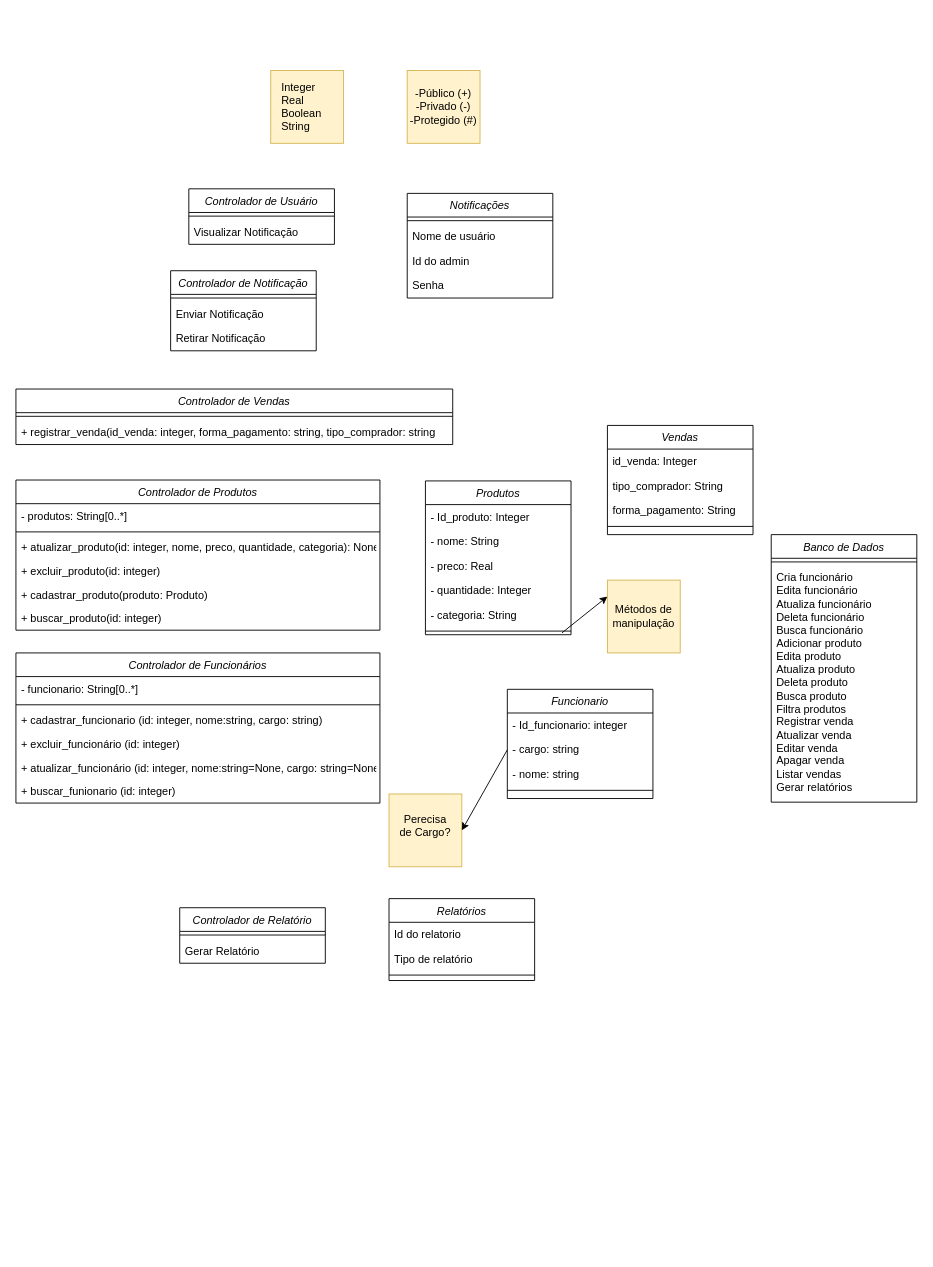
This is Diagrama de Classe.drawio from belleruivo/cantina-fatore, a draw.io file, before an edit. Source tidied: cells renumbered, new cells numbered last; positions are measured from the earlier drawing's top-left corner, leaving out a move shared by most shapes. Both pictures are drawn from the tidied source at 91%, with x=0, y=0 at pixel (15, 70).
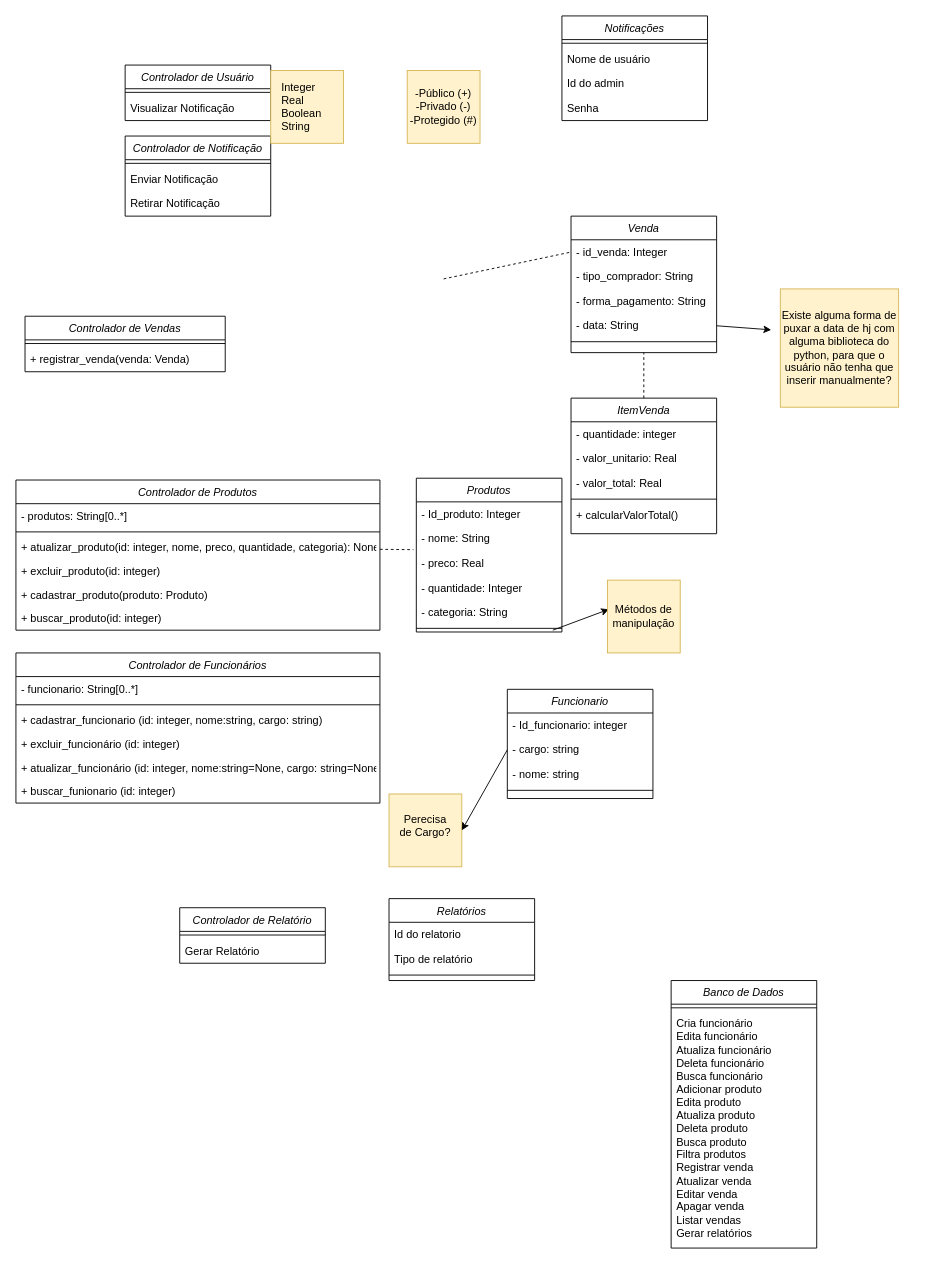
The same page after the edit.

Unchanged cells that the change refers to:
```xml
<mxCell id="5" value="+ atualizar_produto(id: integer, nome, preco, quantidade, categoria): None" style="text;align=left;verticalAlign=top;spacingLeft=4;spacingRight=4;overflow=hidden;points=[[0,0.5],[1,0.5]];portConstraint=eastwest;rounded=0;shadow=0;html=0;" parent="2" vertex="1">
  <mxGeometry y="61" width="400" height="26" as="geometry" />
</mxCell>
<mxCell id="42" value="- preco: Real" style="text;strokeColor=none;fillColor=none;align=left;verticalAlign=top;spacingLeft=4;spacingRight=4;overflow=hidden;points=[[0,0.5],[1,0.5]];portConstraint=eastwest;" parent="39" vertex="1">
  <mxGeometry y="80" width="160" height="27" as="geometry" />
</mxCell>
<mxCell id="61" style="whiteSpace=wrap;html=1;fillColor=#fff2cc;strokeColor=#d6b656;" parent="1" vertex="1">
  <mxGeometry x="650" y="560" width="80" height="80" as="geometry" />
</mxCell>
```

Diff of the diagram source:
```diff
@@
     <mxCell id="16" value="Controlador de Vendas" style="swimlane;fontStyle=2;align=center;verticalAlign=top;horizontal=1;startSize=26;rounded=0;shadow=0;strokeWidth=1;" parent="1" vertex="1">
-      <mxGeometry y="350" width="480" height="61" as="geometry" />
+      <mxGeometry x="10" y="270" width="220" height="61" as="geometry" />
     </mxCell>
     <mxCell id="17" style="line;html=1;strokeWidth=1;align=left;verticalAlign=middle;spacingTop=-1;spacingLeft=3;spacingRight=3;labelPosition=right;" parent="16" vertex="1">
-      <mxGeometry y="26" width="480" height="8" as="geometry" />
+      <mxGeometry y="26" width="220" height="8" as="geometry" />
     </mxCell>
-    <mxCell id="18" value="+ registrar_venda(id_venda: integer, forma_pagamento: string, tipo_comprador: string" style="text;strokeColor=none;fillColor=none;align=left;verticalAlign=top;spacingLeft=4;spacingRight=4;overflow=hidden;" parent="16" vertex="1">
-      <mxGeometry y="34" width="480" height="27" as="geometry" />
+    <mxCell id="18" value="+ registrar_venda(venda: Venda)" style="text;strokeColor=none;fillColor=none;align=left;verticalAlign=top;spacingLeft=4;spacingRight=4;overflow=hidden;" parent="16" vertex="1">
+      <mxGeometry y="34" width="220" height="27" as="geometry" />
     </mxCell>
     <mxCell id="19" value="Controlador de Notificação" style="swimlane;fontStyle=2;align=center;verticalAlign=top;horizontal=1;startSize=26;rounded=0;shadow=0;strokeWidth=1;" parent="1" vertex="1">
-      <mxGeometry x="170" y="220" width="160" height="88" as="geometry" />
+      <mxGeometry x="120" y="72" width="160" height="88" as="geometry" />
     </mxCell>
@@
     <mxCell id="23" value="Controlador de Usuário" style="swimlane;fontStyle=2;align=center;verticalAlign=top;horizontal=1;startSize=26;rounded=0;shadow=0;strokeWidth=1;" parent="1" vertex="1">
-      <mxGeometry x="190" y="130" width="160" height="61" as="geometry" />
+      <mxGeometry x="120" y="-6" width="160" height="61" as="geometry" />
     </mxCell>
@@
     <mxCell id="29" value="Notificações" style="swimlane;fontStyle=2;align=center;verticalAlign=top;horizontal=1;startSize=26;rounded=0;shadow=0;strokeWidth=1;" parent="1" vertex="1">
-      <mxGeometry x="430" y="135" width="160" height="115" as="geometry" />
+      <mxGeometry x="600" y="-60" width="160" height="115" as="geometry" />
     </mxCell>
@@
-    <mxCell id="34" value="Vendas" style="swimlane;fontStyle=2;align=center;verticalAlign=top;horizontal=1;startSize=26;rounded=0;shadow=0;strokeWidth=1;" parent="1" vertex="1">
-      <mxGeometry x="650" y="390" width="160" height="120" as="geometry" />
+    <mxCell id="34" value="Venda" style="swimlane;fontStyle=2;align=center;verticalAlign=top;horizontal=1;startSize=26;rounded=0;shadow=0;strokeWidth=1;" parent="1" vertex="1">
+      <mxGeometry x="610" y="160" width="160" height="150" as="geometry" />
     </mxCell>
-    <mxCell id="35" value="id_venda: Integer" style="text;strokeColor=none;fillColor=none;align=left;verticalAlign=top;spacingLeft=4;spacingRight=4;overflow=hidden;points=[[0,0.5],[1,0.5]];portConstraint=eastwest;" parent="34" vertex="1">
+    <mxCell id="35" value="- id_venda: Integer" style="text;strokeColor=none;fillColor=none;align=left;verticalAlign=top;spacingLeft=4;spacingRight=4;overflow=hidden;points=[[0,0.5],[1,0.5]];portConstraint=eastwest;" parent="34" vertex="1">
       <mxGeometry y="26" width="160" height="27" as="geometry" />
     </mxCell>
-    <mxCell id="36" value="tipo_comprador: String" style="text;strokeColor=none;fillColor=none;align=left;verticalAlign=top;spacingLeft=4;spacingRight=4;overflow=hidden;" parent="34" vertex="1">
+    <mxCell id="36" value="- tipo_comprador: String" style="text;strokeColor=none;fillColor=none;align=left;verticalAlign=top;spacingLeft=4;spacingRight=4;overflow=hidden;" parent="34" vertex="1">
       <mxGeometry y="53" width="160" height="27" as="geometry" />
     </mxCell>
-    <mxCell id="37" value="forma_pagamento: String" style="text;strokeColor=none;fillColor=none;align=left;verticalAlign=top;spacingLeft=4;spacingRight=4;overflow=hidden;" parent="34" vertex="1">
+    <mxCell id="37" value="- forma_pagamento: String" style="text;strokeColor=none;fillColor=none;align=left;verticalAlign=top;spacingLeft=4;spacingRight=4;overflow=hidden;" parent="34" vertex="1">
       <mxGeometry y="80" width="160" height="27" as="geometry" />
     </mxCell>
+    <mxCell id="68" value="- data: String" style="text;strokeColor=none;fillColor=none;align=left;verticalAlign=top;spacingLeft=4;spacingRight=4;overflow=hidden;points=[[0,0.5],[1,0.5]];portConstraint=eastwest;" parent="34" vertex="1">
+      <mxGeometry y="107" width="160" height="27" as="geometry" />
+    </mxCell>
     <mxCell id="38" style="line;html=1;strokeWidth=1;align=left;verticalAlign=middle;spacingTop=-1;spacingLeft=3;spacingRight=3;labelPosition=right;" parent="34" vertex="1">
-      <mxGeometry y="107" width="160" height="8" as="geometry" />
+      <mxGeometry y="134" width="160" height="8" as="geometry" />
     </mxCell>
     <mxCell id="39" value="Produtos" style="swimlane;fontStyle=2;align=center;verticalAlign=top;horizontal=1;startSize=26;rounded=0;shadow=0;strokeWidth=1;" parent="1" vertex="1">
-      <mxGeometry x="450" y="451" width="160" height="169" as="geometry" />
+      <mxGeometry x="440" y="448" width="160" height="169" as="geometry" />
     </mxCell>
@@
-    <mxCell id="43" style="endArrow=classic;html=1;rounded=0;fillColor=#fff2cc;strokeColor=#000000;" parent="39" edge="1">
+    <mxCell id="43" style="endArrow=classic;html=1;rounded=0;fillColor=#fff2cc;strokeColor=#000000;entryX=0.019;entryY=0.401;entryDx=0;entryDy=0;entryPerimeter=0;" parent="39" edge="1" target="61">
       <mxGeometry relative="1" as="geometry">
         <mxPoint x="150" y="167" as="sourcePoint" />
-        <mxPoint x="200" y="127" as="targetPoint" />
       </mxGeometry>
     </mxCell>
@@
     <mxCell id="58" value="Banco de Dados" style="swimlane;fontStyle=2;align=center;verticalAlign=top;horizontal=1;startSize=26;rounded=0;shadow=0;strokeWidth=1;" parent="1" vertex="1">
-      <mxGeometry x="830" y="510" width="160" height="294" as="geometry" />
+      <mxGeometry x="720" y="1000" width="160" height="294" as="geometry" />
     </mxCell>
@@
+    <mxCell id="69" value="ItemVenda" style="swimlane;fontStyle=2;align=center;verticalAlign=top;horizontal=1;startSize=26;rounded=0;shadow=0;strokeWidth=1;" parent="1" vertex="1">
+      <mxGeometry x="610" y="360" width="160" height="149" as="geometry" />
+    </mxCell>
+    <mxCell id="70" value="- quantidade: integer" style="text;strokeColor=none;fillColor=none;align=left;verticalAlign=top;spacingLeft=4;spacingRight=4;overflow=hidden;" parent="69" vertex="1">
+      <mxGeometry y="26" width="160" height="27" as="geometry" />
+    </mxCell>
+    <mxCell id="71" value="- valor_unitario: Real&#10;" style="text;strokeColor=none;fillColor=none;align=left;verticalAlign=top;spacingLeft=4;spacingRight=4;overflow=hidden;" parent="69" vertex="1">
+      <mxGeometry y="53" width="160" height="27" as="geometry" />
+    </mxCell>
+    <mxCell id="72" value="- valor_total: Real&#10;" style="text;strokeColor=none;fillColor=none;align=left;verticalAlign=top;spacingLeft=4;spacingRight=4;overflow=hidden;" parent="69" vertex="1">
+      <mxGeometry y="80" width="160" height="27" as="geometry" />
+    </mxCell>
+    <mxCell id="73" style="line;html=1;strokeWidth=1;align=left;verticalAlign=middle;spacingTop=-1;spacingLeft=3;spacingRight=3;labelPosition=right;" parent="69" vertex="1">
+      <mxGeometry y="107" width="160" height="8" as="geometry" />
+    </mxCell>
+    <mxCell id="74" value="+ calcularValorTotal()" style="text;strokeColor=none;fillColor=none;align=left;verticalAlign=top;spacingLeft=4;spacingRight=4;overflow=hidden;" parent="69" vertex="1">
+      <mxGeometry y="115" width="160" height="27" as="geometry" />
+    </mxCell>
+    <mxCell id="75" style="endArrow=none;dashed=1;html=1;rounded=0;entryX=0;entryY=0.5;entryDx=0;entryDy=0;" parent="1" edge="1" target="35">
+      <mxGeometry relative="1" as="geometry">
+        <mxPoint x="470" y="229" as="sourcePoint" />
+      </mxGeometry>
+    </mxCell>
+    <mxCell id="76" style="endArrow=classic;html=1;rounded=0;fillColor=#fff2cc;strokeColor=#000000;exitX=1;exitY=0.5;exitDx=0;exitDy=0;" parent="1" edge="1" source="68">
+      <mxGeometry relative="1" as="geometry">
+        <mxPoint x="830" y="285" as="targetPoint" />
+      </mxGeometry>
+    </mxCell>
+    <mxCell id="77" style="whiteSpace=wrap;html=1;fillColor=#fff2cc;strokeColor=#d6b656;" parent="1" vertex="1">
+      <mxGeometry x="840" y="240" width="130" height="130" as="geometry" />
+    </mxCell>
+    <mxCell id="78" value="Existe alguma forma de puxar a data de hj com alguma biblioteca do python, para que o usuário não tenha que inserir manualmente?" style="text;html=1;align=center;verticalAlign=middle;whiteSpace=wrap;rounded=0;" parent="1" vertex="1">
+      <mxGeometry x="840" y="240" width="130" height="130" as="geometry" />
+    </mxCell>
+    <mxCell id="79" style="endArrow=none;dashed=1;html=1;rounded=0;entryX=0.5;entryY=1;entryDx=0;entryDy=0;" parent="1" edge="1" source="69" target="34">
+      <mxGeometry relative="1" as="geometry" />
+    </mxCell>
+    <mxCell id="80" style="endArrow=none;dashed=1;html=1;rounded=0;entryX=-0.02;entryY=-0.054;entryDx=0;entryDy=0;entryPerimeter=0;" parent="1" edge="1" source="5" target="42">
+      <mxGeometry relative="1" as="geometry" />
+    </mxCell>
```
